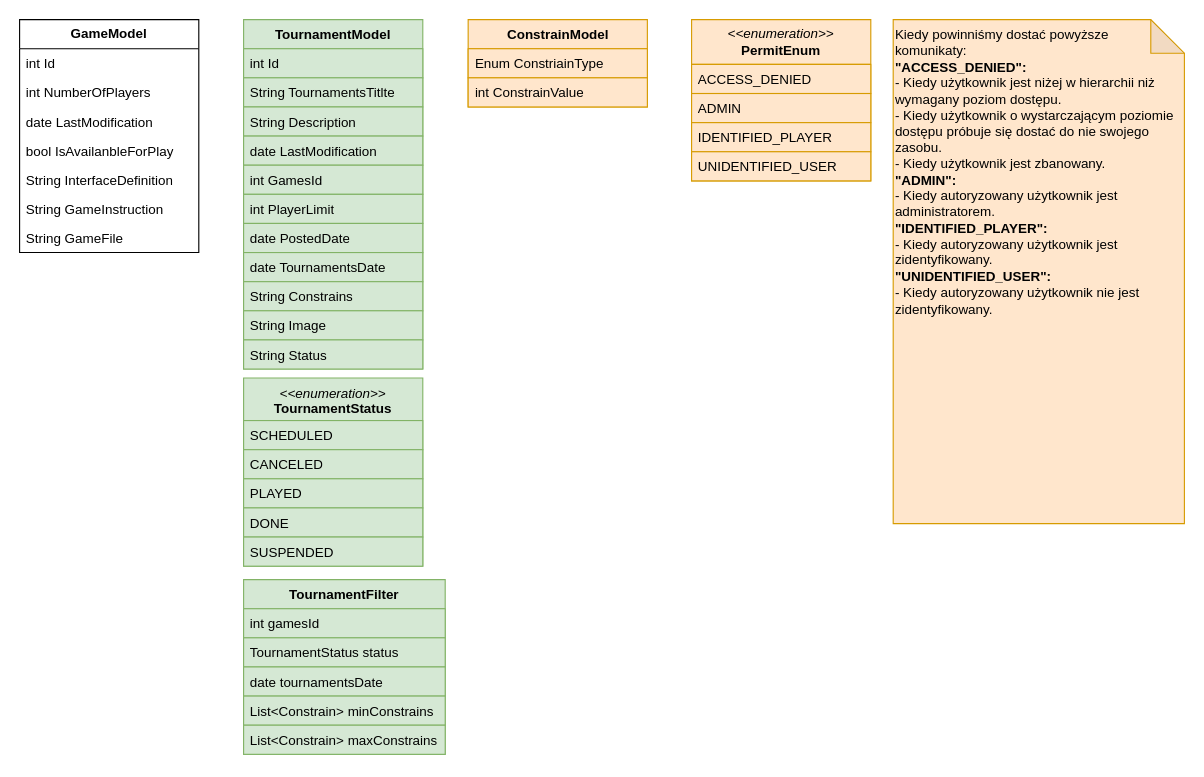
The draw.io diagram page "DTO" (3 of 5) of docs/System Architecture.drawio in jordus100/Bot-Wars-front, before the edit. Source tidied: cells renumbered, new cells numbered last; positions are measured from the earlier drawing's top-left corner, leaving out a move shared by most shapes. Both pictures are drawn from the tidied source at 112%, with x=0, y=0 at pixel (19, 19).
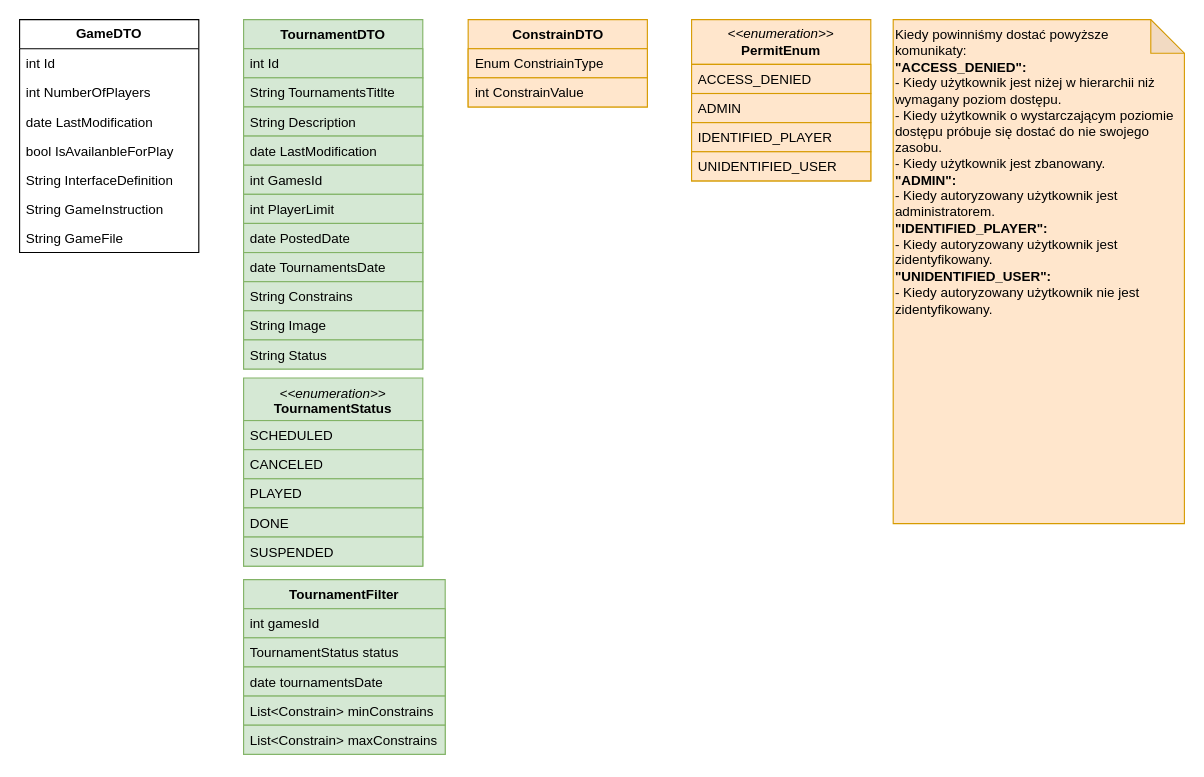
Above is the later version.

Change to the diagram source:
```diff
@@
-    <mxCell id="2" value="&lt;b&gt;GameModel&lt;/b&gt;" style="swimlane;fontStyle=0;horizontal=1;startSize=26;fillColor=none;whiteSpace=wrap;html=1;" parent="1" vertex="1">
+    <mxCell id="2" value="&lt;b&gt;GameDTO&lt;/b&gt;" style="swimlane;fontStyle=0;horizontal=1;startSize=26;fillColor=none;whiteSpace=wrap;html=1;" parent="1" vertex="1">
       <mxGeometry width="160" height="208" as="geometry" />
     </mxCell>
@@
-    <mxCell id="10" value="TournamentModel" style="swimlane;fontStyle=1;align=center;verticalAlign=top;horizontal=1;startSize=26;whiteSpace=wrap;html=1;fillColor=#d5e8d4;strokeColor=#82b366;" parent="1" vertex="1">
+    <mxCell id="10" value="TournamentDTO" style="swimlane;fontStyle=1;align=center;verticalAlign=top;horizontal=1;startSize=26;whiteSpace=wrap;html=1;fillColor=#d5e8d4;strokeColor=#82b366;" parent="1" vertex="1">
       <mxGeometry x="200" width="160" height="312" as="geometry" />
     </mxCell>
@@
-    <mxCell id="22" value="ConstrainModel" style="swimlane;fontStyle=1;align=center;verticalAlign=top;horizontal=1;startSize=26;whiteSpace=wrap;html=1;fillColor=#ffe6cc;strokeColor=#d79b00;" parent="1" vertex="1">
+    <mxCell id="22" value="ConstrainDTO" style="swimlane;fontStyle=1;align=center;verticalAlign=top;horizontal=1;startSize=26;whiteSpace=wrap;html=1;fillColor=#ffe6cc;strokeColor=#d79b00;" parent="1" vertex="1">
       <mxGeometry x="400.5" width="160" height="78" as="geometry" />
     </mxCell>
```
